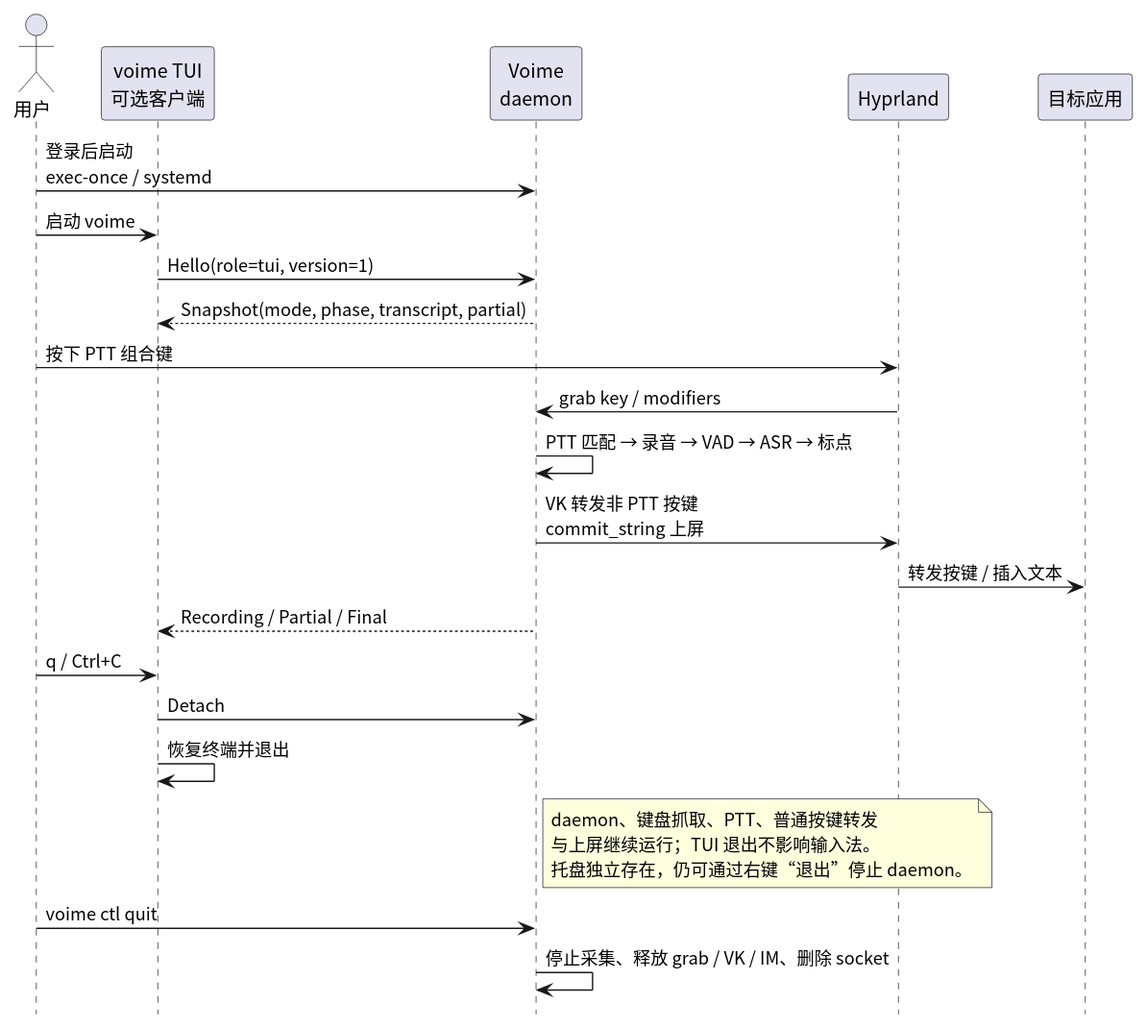
This is diagram/seq-tui-attach.svg from 54m43lJ/voime, a PlantUML export, as it was before one commit.
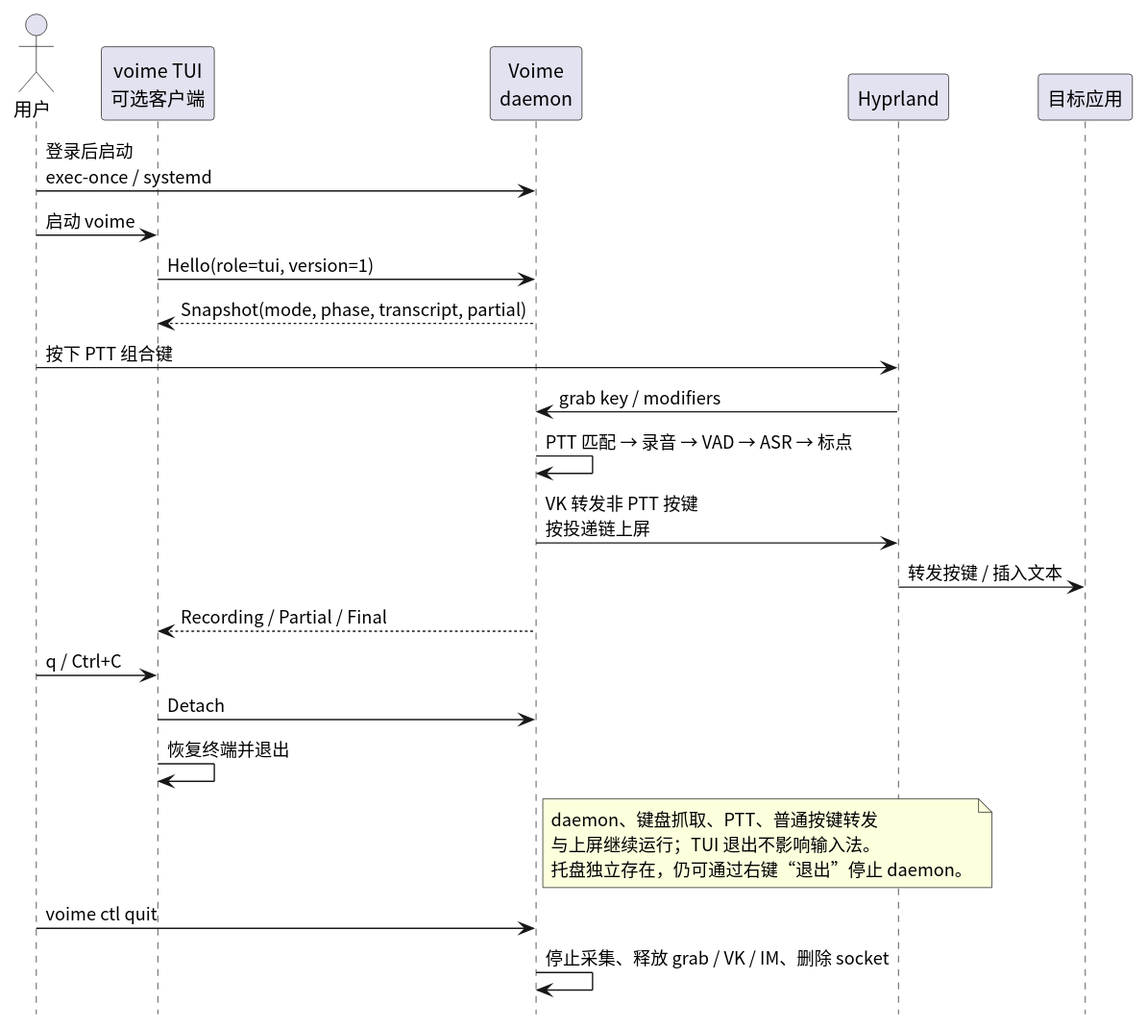
After the commit.

What changed in the source:
```diff
@@ -16,7 +16,7 @@
 User -> Compositor : 按下 PTT 组合键
 Compositor -> Voime : grab key / modifiers
 Voime -> Voime : PTT 匹配 → 录音 → VAD → ASR → 标点
-Voime -> Compositor : VK 转发非 PTT 按键\ncommit_string 上屏
+Voime -> Compositor : VK 转发非 PTT 按键\n按投递链上屏
 Compositor -> App : 转发按键 / 插入文本
 Voime --> Tui : Recording / Partial / Final
 
```
